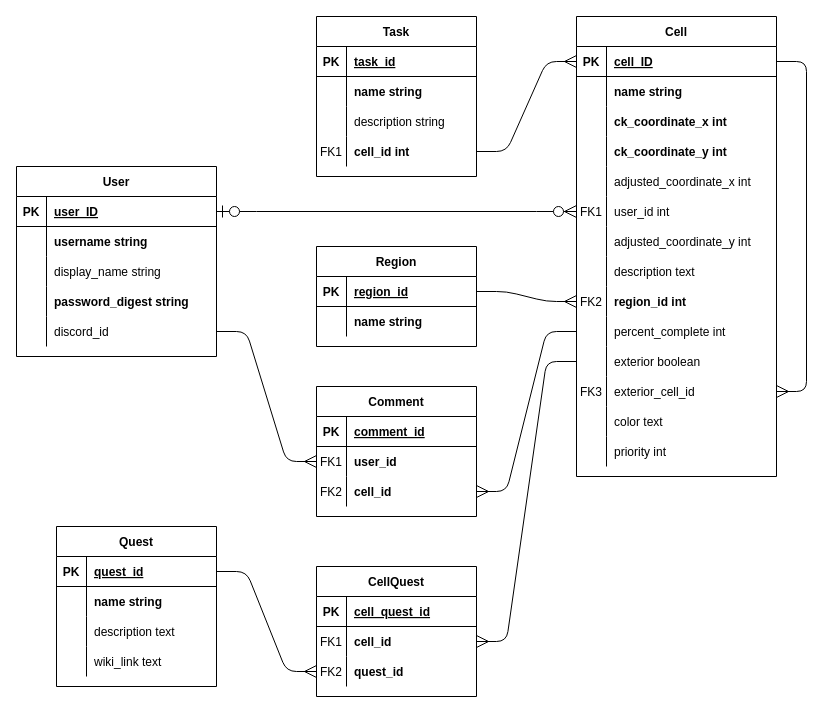
Above: CascadiaCellMate.drawio in kingsley113/Phase3-Rails-Project-CascadiaCellMate (draw.io), before the change. Source tidied: cells renumbered, new cells numbered last; positions are measured from the earlier drawing's top-left corner, leaving out a move shared by most shapes. Both pictures are drawn from the tidied source at 100%, with x=0, y=0 at pixel (16, 16).
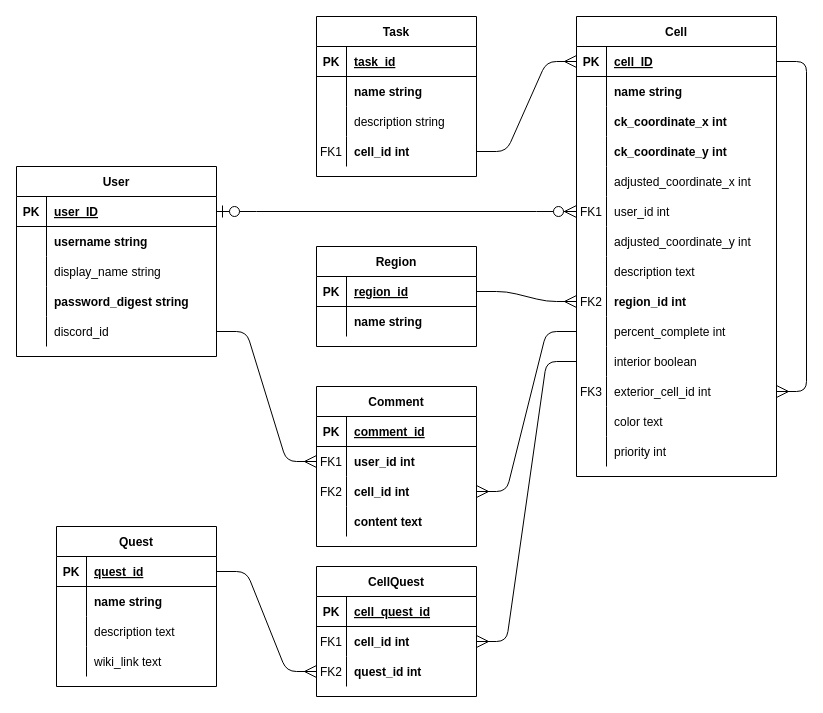
After the change.

Commit message:
Create empty models

Unchanged cells that the change refers to:
```xml
<mxCell id="33" style="shape=partialRectangle;fillColor=none;points=[[0,0.5],[1,0.5]];portConstraint=eastwest;top=0;left=0;right=0;bottom=0;" parent="2" vertex="1">
  <mxGeometry y="330" width="200" height="30" as="geometry" />
</mxCell>
<mxCell id="36" style="shape=partialRectangle;fillColor=none;points=[[0,0.5],[1,0.5]];portConstraint=eastwest;top=0;left=0;right=0;bottom=0;" parent="2" vertex="1">
  <mxGeometry y="360" width="200" height="30" as="geometry" />
</mxCell>
<mxCell id="92" style="shape=partialRectangle;fillColor=none;points=[[0,0.5],[1,0.5]];portConstraint=eastwest;top=0;left=0;right=0;bottom=0;" parent="88" vertex="1">
  <mxGeometry y="60" width="160" height="30" as="geometry" />
</mxCell>
<mxCell id="95" style="shape=partialRectangle;fillColor=none;points=[[0,0.5],[1,0.5]];portConstraint=eastwest;top=0;left=0;right=0;bottom=0;" parent="88" vertex="1">
  <mxGeometry y="90" width="160" height="30" as="geometry" />
</mxCell>
<mxCell id="110" style="shape=partialRectangle;fillColor=none;points=[[0,0.5],[1,0.5]];portConstraint=eastwest;top=0;left=0;right=0;bottom=0;" parent="106" vertex="1">
  <mxGeometry y="60" width="160" height="30" as="geometry" />
</mxCell>
<mxCell id="113" style="shape=partialRectangle;fillColor=none;points=[[0,0.5],[1,0.5]];portConstraint=eastwest;top=0;left=0;right=0;bottom=0;" parent="106" vertex="1">
  <mxGeometry y="90" width="160" height="30" as="geometry" />
</mxCell>
```

The edit, as a diff of the source:
```diff
@@
-    <mxCell id="35" value="exterior boolean" style="shape=partialRectangle;overflow=hidden;fillColor=none;top=0;left=0;bottom=0;right=0;align=left;spacingLeft=6;fontStyle=0;" parent="33" vertex="1">
+    <mxCell id="35" value="interior boolean" style="shape=partialRectangle;overflow=hidden;fillColor=none;top=0;left=0;bottom=0;right=0;align=left;spacingLeft=6;fontStyle=0;" parent="33" vertex="1">
       <mxGeometry x="30" width="170" height="30" as="geometry" />
     </mxCell>
@@
-    <mxCell id="38" value="exterior_cell_id" style="shape=partialRectangle;overflow=hidden;fillColor=none;top=0;left=0;bottom=0;right=0;align=left;spacingLeft=6;" parent="36" vertex="1">
+    <mxCell id="38" value="exterior_cell_id int" style="shape=partialRectangle;overflow=hidden;fillColor=none;top=0;left=0;bottom=0;right=0;align=left;spacingLeft=6;" parent="36" vertex="1">
       <mxGeometry x="30" width="170" height="30" as="geometry" />
     </mxCell>
@@
     <mxCell id="88" value="Comment" style="shape=table;startSize=30;childLayout=tableLayout;rowLines=0;fontStyle=1;align=center;" parent="1" vertex="1">
-      <mxGeometry x="300" y="370" width="160" height="130" as="geometry" />
+      <mxGeometry x="300" y="370" width="160" height="160" as="geometry" />
     </mxCell>
@@
-    <mxCell id="94" value="user_id" style="shape=partialRectangle;overflow=hidden;fillColor=none;top=0;left=0;bottom=0;right=0;align=left;spacingLeft=6;fontStyle=1;" parent="92" vertex="1">
+    <mxCell id="94" value="user_id int" style="shape=partialRectangle;overflow=hidden;fillColor=none;top=0;left=0;bottom=0;right=0;align=left;spacingLeft=6;fontStyle=1;" parent="92" vertex="1">
       <mxGeometry x="30" width="130" height="30" as="geometry" />
     </mxCell>
@@
-    <mxCell id="97" value="cell_id" style="shape=partialRectangle;overflow=hidden;fillColor=none;top=0;left=0;bottom=0;right=0;align=left;spacingLeft=6;fontStyle=1;" parent="95" vertex="1">
+    <mxCell id="97" value="cell_id int" style="shape=partialRectangle;overflow=hidden;fillColor=none;top=0;left=0;bottom=0;right=0;align=left;spacingLeft=6;fontStyle=1;" parent="95" vertex="1">
       <mxGeometry x="30" width="130" height="30" as="geometry" />
     </mxCell>
+    <mxCell id="122" style="shape=partialRectangle;fillColor=none;top=0;left=0;right=0;bottom=0;" parent="88" vertex="1">
+      <mxGeometry y="120" width="160" height="30" as="geometry" />
+    </mxCell>
+    <mxCell id="123" style="shape=partialRectangle;overflow=hidden;fillColor=none;top=0;left=0;bottom=0;right=0;" parent="122" vertex="1">
+      <mxGeometry width="30" height="30" as="geometry" />
+    </mxCell>
+    <mxCell id="124" value="content text" style="shape=partialRectangle;overflow=hidden;fillColor=none;top=0;left=0;bottom=0;right=0;align=left;spacingLeft=6;fontStyle=1;" parent="122" vertex="1">
+      <mxGeometry x="30" width="130" height="30" as="geometry" />
+    </mxCell>
@@
-    <mxCell id="112" value="cell_id" style="shape=partialRectangle;overflow=hidden;fillColor=none;top=0;left=0;bottom=0;right=0;align=left;spacingLeft=6;fontStyle=1;" parent="110" vertex="1">
+    <mxCell id="112" value="cell_id int" style="shape=partialRectangle;overflow=hidden;fillColor=none;top=0;left=0;bottom=0;right=0;align=left;spacingLeft=6;fontStyle=1;" parent="110" vertex="1">
       <mxGeometry x="30" width="130" height="30" as="geometry" />
     </mxCell>
@@
-    <mxCell id="115" value="quest_id" style="shape=partialRectangle;overflow=hidden;fillColor=none;top=0;left=0;bottom=0;right=0;align=left;spacingLeft=6;fontStyle=1;" parent="113" vertex="1">
+    <mxCell id="115" value="quest_id int" style="shape=partialRectangle;overflow=hidden;fillColor=none;top=0;left=0;bottom=0;right=0;align=left;spacingLeft=6;fontStyle=1;" parent="113" vertex="1">
       <mxGeometry x="30" width="130" height="30" as="geometry" />
     </mxCell>
```
